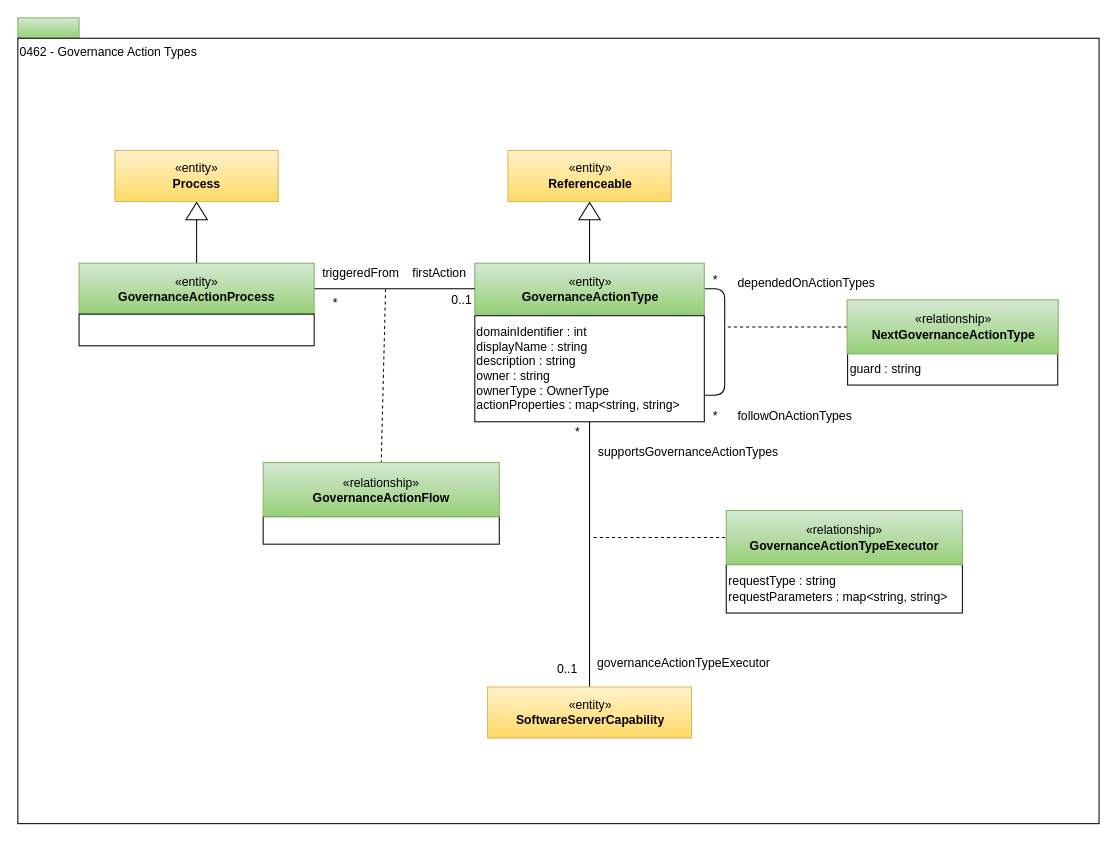
odpi/egeria keeps this draw.io diagram as page "0462-Governance-Action-Types" (22 of 28) of open-metadata-publication/website/open-metadata-types/area-4-governance.drawio. Above is the earlier version. Source tidied: cells renumbered, new cells numbered last; positions are measured from the earlier drawing's top-left corner, leaving out a move shared by most shapes. Both pictures are drawn from the tidied source at 102%, with x=0, y=0 at pixel (17, 17).
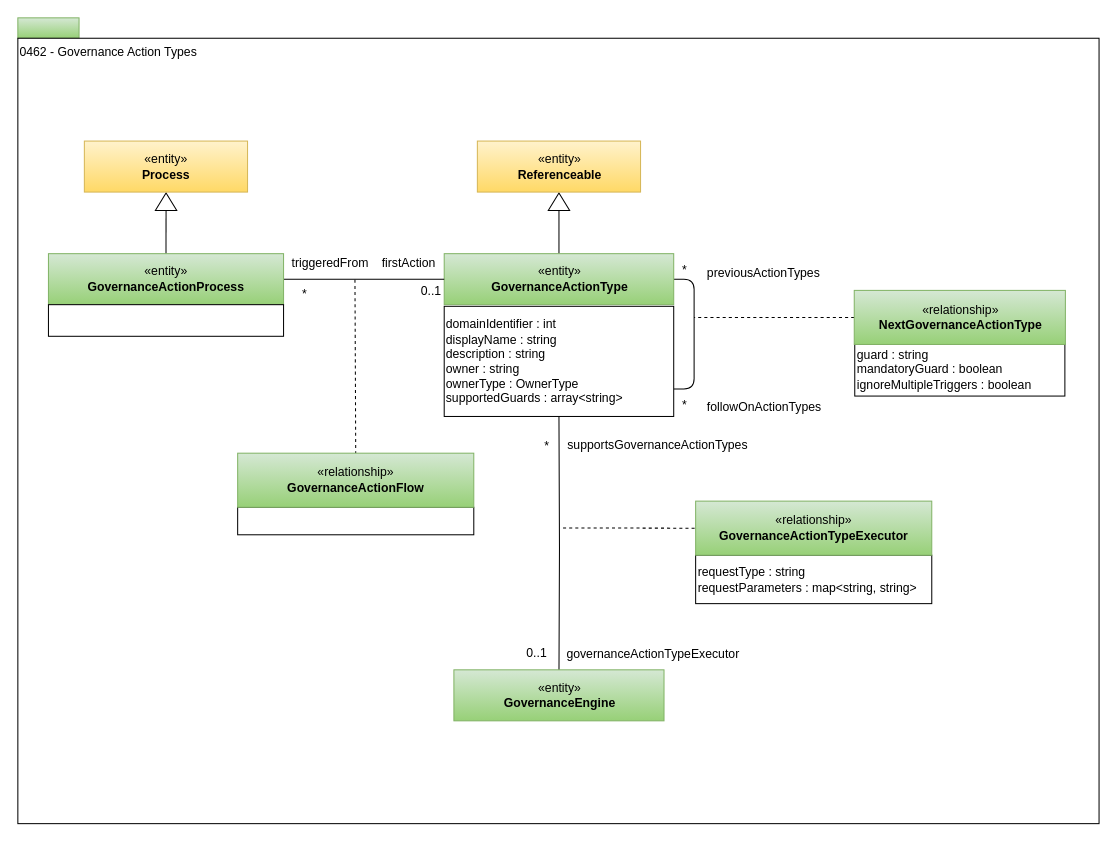
The same page after the edit.

Change to the diagram source:
```diff
@@
-    <mxCell id="5" value="domainIdentifier : int&lt;br&gt;&lt;span&gt;displayName : string&lt;/span&gt;&lt;br&gt;&lt;span&gt;description : string&lt;br&gt;&lt;/span&gt;owner : string&lt;br&gt;ownerType : OwnerType&lt;br&gt;actionProperties : map&amp;lt;string, string&amp;gt;&lt;span&gt;&lt;br&gt;&lt;/span&gt;" style="rounded=0;whiteSpace=wrap;html=1;strokeColor=#000000;gradientColor=#ffffff;align=left;" parent="1" vertex="1">
-      <mxGeometry x="448" y="292" width="225" height="104" as="geometry" />
+    <mxCell id="5" value="domainIdentifier : int&lt;br&gt;&lt;span&gt;displayName : string&lt;/span&gt;&lt;br&gt;&lt;span&gt;description : string&lt;br&gt;&lt;/span&gt;owner : string&lt;br&gt;ownerType : OwnerType&lt;br&gt;&lt;span&gt;supportedGuards : array&amp;lt;string&amp;gt;&lt;br&gt;&lt;/span&gt;" style="rounded=0;whiteSpace=wrap;html=1;strokeColor=#000000;gradientColor=#ffffff;align=left;" parent="1" vertex="1">
+      <mxGeometry x="418" y="282.8" width="225" height="108" as="geometry" />
     </mxCell>
@@
     <mxCell id="7" style="triangle;whiteSpace=wrap;html=1;strokeColor=#000000;gradientColor=#ffffff;align=center;rotation=-90;" parent="1" vertex="1">
-      <mxGeometry x="552" y="179" width="17" height="21" as="geometry" />
+      <mxGeometry x="522" y="169.8" width="17" height="21" as="geometry" />
     </mxCell>
     <mxCell id="8" value="«entity»&lt;br&gt;&lt;b&gt;Referenceable&lt;/b&gt;" style="html=1;strokeColor=#d6b656;align=center;fillColor=#fff2cc;gradientColor=#ffd966;" parent="1" vertex="1">
-      <mxGeometry x="480.5" y="130" width="160" height="50" as="geometry" />
+      <mxGeometry x="450.5" y="120.8" width="160" height="50" as="geometry" />
     </mxCell>
-    <mxCell id="9" value="guard : string" style="rounded=0;whiteSpace=wrap;html=1;strokeColor=#000000;gradientColor=#ffffff;align=left;" parent="1" vertex="1">
-      <mxGeometry x="813.5" y="329" width="206" height="31" as="geometry" />
+    <mxCell id="9" value="guard : string&lt;br&gt;mandatoryGuard : boolean&lt;br&gt;ignoreMultipleTriggers : boolean" style="rounded=0;whiteSpace=wrap;html=1;strokeColor=#000000;gradientColor=#ffffff;align=left;" parent="1" vertex="1">
+      <mxGeometry x="820.5" y="319.8" width="206" height="51" as="geometry" />
     </mxCell>
     <mxCell id="10" value="*" style="text;html=1;strokeColor=none;fillColor=none;align=center;verticalAlign=middle;whiteSpace=wrap;rounded=0;" parent="1" vertex="1">
-      <mxGeometry x="664" y="247" width="40" height="20" as="geometry" />
+      <mxGeometry x="634" y="237.8" width="40" height="20" as="geometry" />
     </mxCell>
     <mxCell id="11" value="*" style="text;html=1;strokeColor=none;fillColor=none;align=center;verticalAlign=middle;whiteSpace=wrap;rounded=0;" parent="1" vertex="1">
-      <mxGeometry x="664" y="381" width="40" height="20" as="geometry" />
+      <mxGeometry x="634" y="369.8" width="40" height="20" as="geometry" />
     </mxCell>
-    <mxCell id="12" value="dependedOnActionTypes" style="text;html=1;align=left;verticalAlign=top;spacingTop=-4;" parent="1" vertex="1">
-      <mxGeometry x="704" y="250" width="150" height="20" as="geometry" />
+    <mxCell id="12" value="previousActionTypes" style="text;html=1;align=left;verticalAlign=top;spacingTop=-4;" parent="1" vertex="1">
+      <mxGeometry x="674" y="240.8" width="130" height="20" as="geometry" />
     </mxCell>
     <mxCell id="13" value="followOnActionTypes" style="text;html=1;align=left;verticalAlign=top;spacingTop=-4;" parent="1" vertex="1">
-      <mxGeometry x="704" y="381" width="130" height="20" as="geometry" />
+      <mxGeometry x="674" y="371.8" width="130" height="20" as="geometry" />
     </mxCell>
     <mxCell id="14" value="«entity»&lt;br&gt;&lt;b&gt;GovernanceActionType&lt;/b&gt;" style="html=1;strokeColor=#82b366;align=center;fillColor=#d5e8d4;gradientColor=#97d077;" parent="1" vertex="1">
-      <mxGeometry x="448" y="240.5" width="225" height="50" as="geometry" />
+      <mxGeometry x="418" y="231.2" width="225" height="50" as="geometry" />
     </mxCell>
     <mxCell id="15" style="edgeStyle=orthogonalEdgeStyle;rounded=0;html=1;exitX=0;exitY=0.5;exitDx=0;exitDy=0;dashed=1;endArrow=none;endFill=0;jettySize=auto;" parent="1" edge="1" source="16">
       <mxGeometry relative="1" as="geometry">
-        <mxPoint x="693" y="303" as="targetPoint" />
+        <mxPoint x="663" y="293.8" as="targetPoint" />
         <Array as="points">
-          <mxPoint x="703" y="303" />
+          <mxPoint x="673" y="293.8" />
         </Array>
       </mxGeometry>
     </mxCell>
     <mxCell id="16" value="«relationship»&lt;br&gt;&lt;b&gt;NextGovernanceActionType&lt;/b&gt;" style="html=1;strokeColor=#82b366;align=center;fillColor=#d5e8d4;gradientColor=#97d077;" parent="1" vertex="1">
-      <mxGeometry x="813" y="276.5" width="207" height="53" as="geometry" />
+      <mxGeometry x="820" y="267.2" width="207" height="53" as="geometry" />
     </mxCell>
-    <mxCell id="17" style="edgeStyle=orthogonalEdgeStyle;rounded=0;html=1;exitX=0.5;exitY=0;exitDx=0;exitDy=0;jettySize=auto;endArrow=none;endFill=0;" parent="1" edge="1" source="25" target="5">
-      <mxGeometry relative="1" as="geometry" />
+    <mxCell id="17" style="edgeStyle=orthogonalEdgeStyle;rounded=0;html=1;exitX=0.5;exitY=0;exitDx=0;exitDy=0;jettySize=auto;endArrow=none;endFill=0;" parent="1" edge="1" target="5">
+      <mxGeometry relative="1" as="geometry">
+        <mxPoint x="530.5" y="646.8" as="sourcePoint" />
+      </mxGeometry>
     </mxCell>
     <mxCell id="18" value="*" style="text;html=1;strokeColor=none;fillColor=none;align=center;verticalAlign=middle;whiteSpace=wrap;rounded=0;" parent="1" vertex="1">
-      <mxGeometry x="529" y="396" width="40" height="20" as="geometry" />
+      <mxGeometry x="499" y="409.8" width="40" height="20" as="geometry" />
     </mxCell>
     <mxCell id="19" value="governanceActionTypeExecutor" style="text;html=1;strokeColor=none;fillColor=none;align=center;verticalAlign=middle;whiteSpace=wrap;rounded=0;" parent="1" vertex="1">
-      <mxGeometry x="600.5" y="623" width="104" height="20" as="geometry" />
+      <mxGeometry x="570.5" y="613.8" width="104" height="20" as="geometry" />
     </mxCell>
     <mxCell id="20" value="supportsGovernanceActionTypes" style="text;html=1;strokeColor=none;fillColor=none;align=center;verticalAlign=middle;whiteSpace=wrap;rounded=0;" parent="1" vertex="1">
-      <mxGeometry x="600.5" y="416" width="113" height="20" as="geometry" />
+      <mxGeometry x="570.5" y="408.8" width="113" height="20" as="geometry" />
     </mxCell>
     <mxCell id="21" style="endArrow=none;dashed=1;html=1;entryX=0;entryY=0.5;entryDx=0;entryDy=0;" parent="1" edge="1" target="24">
       <mxGeometry relative="1" as="geometry">
-        <mxPoint x="564.5" y="509.5" as="sourcePoint" />
+        <mxPoint x="534.5" y="500.2" as="sourcePoint" />
       </mxGeometry>
     </mxCell>
     <mxCell id="22" value="requestType : string&lt;br&gt;requestParameters : map&amp;lt;string, string&amp;gt;" style="rounded=0;whiteSpace=wrap;html=1;strokeColor=#000000;gradientColor=#ffffff;align=left;" parent="1" vertex="1">
-      <mxGeometry x="694.5" y="536" width="231.5" height="47.5" as="geometry" />
+      <mxGeometry x="664.5" y="526.8" width="231.5" height="47.5" as="geometry" />
     </mxCell>
     <mxCell id="23" value="0..1" style="text;html=1;strokeColor=none;fillColor=none;align=center;verticalAlign=middle;whiteSpace=wrap;rounded=0;" parent="1" vertex="1">
-      <mxGeometry x="519" y="628.5" width="40" height="20" as="geometry" />
+      <mxGeometry x="489" y="613.2" width="40" height="20" as="geometry" />
     </mxCell>
     <mxCell id="24" value="«relationship»&lt;br&gt;&lt;b&gt;GovernanceActionTypeExecutor&lt;/b&gt;" style="html=1;strokeColor=#82b366;align=center;fillColor=#d5e8d4;gradientColor=#97d077;" parent="1" vertex="1">
-      <mxGeometry x="694.5" y="483" width="231.5" height="53" as="geometry" />
+      <mxGeometry x="664.5" y="473.8" width="231.5" height="53" as="geometry" />
     </mxCell>
-    <mxCell id="25" value="«entity»&lt;br&gt;&lt;b&gt;SoftwareServerCapability&lt;/b&gt;" style="html=1;strokeColor=#d6b656;align=center;fillColor=#fff2cc;gradientColor=#ffd966;" parent="1" vertex="1">
-      <mxGeometry x="460.5" y="656" width="200" height="50" as="geometry" />
-    </mxCell>
@@
     <mxCell id="27" style="triangle;whiteSpace=wrap;html=1;strokeColor=#000000;gradientColor=#ffffff;align=center;rotation=-90;" parent="1" vertex="1">
-      <mxGeometry x="166.8" y="179" width="17" height="21" as="geometry" />
+      <mxGeometry x="136.8" y="169.8" width="17" height="21" as="geometry" />
     </mxCell>
     <mxCell id="28" value="«entity»&lt;br&gt;&lt;b&gt;Process&lt;/b&gt;" style="html=1;strokeColor=#d6b656;align=center;fillColor=#fff2cc;gradientColor=#ffd966;" parent="1" vertex="1">
-      <mxGeometry x="95.2" y="130" width="160" height="50" as="geometry" />
+      <mxGeometry x="65.2" y="120.8" width="160" height="50" as="geometry" />
     </mxCell>
@@
     <mxCell id="30" value="«entity»&lt;br&gt;&lt;b&gt;GovernanceActionProcess&lt;/b&gt;" style="html=1;strokeColor=#82b366;align=center;fillColor=#d5e8d4;gradientColor=#97d077;" parent="1" vertex="1">
-      <mxGeometry x="60" y="240.5" width="230.5" height="50" as="geometry" />
+      <mxGeometry x="30" y="231.2" width="230.5" height="50" as="geometry" />
     </mxCell>
     <mxCell id="31" style="rounded=0;whiteSpace=wrap;html=1;strokeColor=#000000;gradientColor=#ffffff;align=left;" parent="1" vertex="1">
-      <mxGeometry x="60" y="290.5" width="230.5" height="31" as="geometry" />
+      <mxGeometry x="30" y="281.2" width="230.5" height="31" as="geometry" />
     </mxCell>
     <mxCell id="32" style="endArrow=none;dashed=1;html=1;entryX=0.5;entryY=0;entryDx=0;entryDy=0;" parent="1" edge="1" target="34">
       <mxGeometry relative="1" as="geometry">
-        <mxPoint x="360.5" y="266" as="sourcePoint" />
+        <mxPoint x="330.5" y="256.8" as="sourcePoint" />
       </mxGeometry>
     </mxCell>
     <mxCell id="33" style="rounded=0;whiteSpace=wrap;html=1;strokeColor=#000000;gradientColor=#ffffff;align=left;" parent="1" vertex="1">
-      <mxGeometry x="240.5" y="489" width="231.5" height="27" as="geometry" />
+      <mxGeometry x="215.5" y="479.8" width="231.5" height="27" as="geometry" />
     </mxCell>
     <mxCell id="34" value="«relationship»&lt;br&gt;&lt;b&gt;GovernanceActionFlow&lt;/b&gt;" style="html=1;strokeColor=#82b366;align=center;fillColor=#d5e8d4;gradientColor=#97d077;" parent="1" vertex="1">
-      <mxGeometry x="240.5" y="436" width="231.5" height="53" as="geometry" />
+      <mxGeometry x="215.5" y="426.8" width="231.5" height="53" as="geometry" />
     </mxCell>
     <mxCell id="35" value="firstAction" style="text;html=1;align=center;verticalAlign=middle;" parent="1" vertex="1">
-      <mxGeometry x="378" y="240.5" width="70" height="20" as="geometry" />
+      <mxGeometry x="348" y="231.2" width="70" height="20" as="geometry" />
     </mxCell>
     <mxCell id="36" value="triggeredFrom" style="text;html=1;align=center;verticalAlign=middle;" parent="1" vertex="1">
-      <mxGeometry x="290.5" y="240.5" width="90" height="20" as="geometry" />
+      <mxGeometry x="260.5" y="231.2" width="90" height="20" as="geometry" />
     </mxCell>
     <mxCell id="37" value="0..1" style="text;html=1;align=center;verticalAlign=middle;" parent="1" vertex="1">
-      <mxGeometry x="414.5" y="267" width="40" height="20" as="geometry" />
+      <mxGeometry x="384.5" y="257.8" width="40" height="20" as="geometry" />
     </mxCell>
     <mxCell id="38" value="*" style="text;html=1;align=center;verticalAlign=middle;" parent="1" vertex="1">
-      <mxGeometry x="300.5" y="270" width="20" height="20" as="geometry" />
+      <mxGeometry x="270.5" y="260.8" width="20" height="20" as="geometry" />
     </mxCell>
+    <mxCell id="39" value="«entity»&lt;br&gt;&lt;b&gt;GovernanceEngine&lt;/b&gt;" style="html=1;strokeColor=#82b366;align=center;fillColor=#d5e8d4;gradientColor=#97d077;" parent="1" vertex="1">
+      <mxGeometry x="427.5" y="639.2" width="206" height="50" as="geometry" />
+    </mxCell>
```
